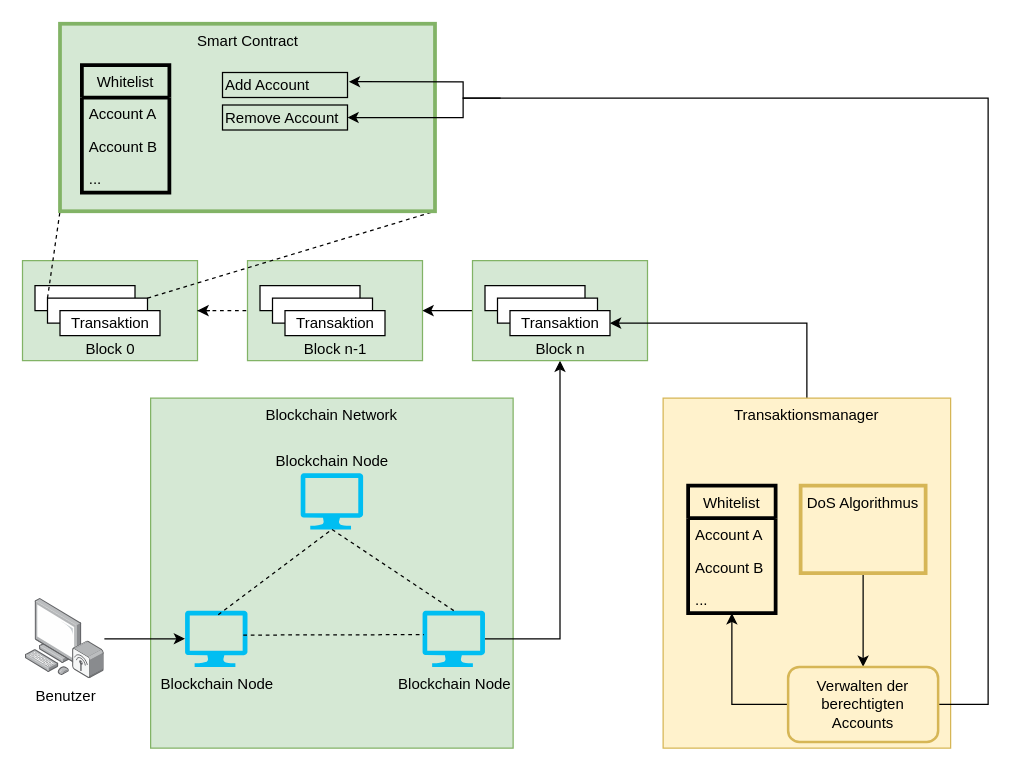
Geryones/BlockChain_TransactionManager keeps this draw.io diagram as Report/images/src/overview.drawio. Above is the earlier version. Source tidied: cells renumbered, new cells numbered last; positions are measured from the earlier drawing's top-left corner, leaving out a move shared by most shapes. Both pictures are drawn from the tidied source at 125%, with x=0, y=0 at pixel (22, 22).
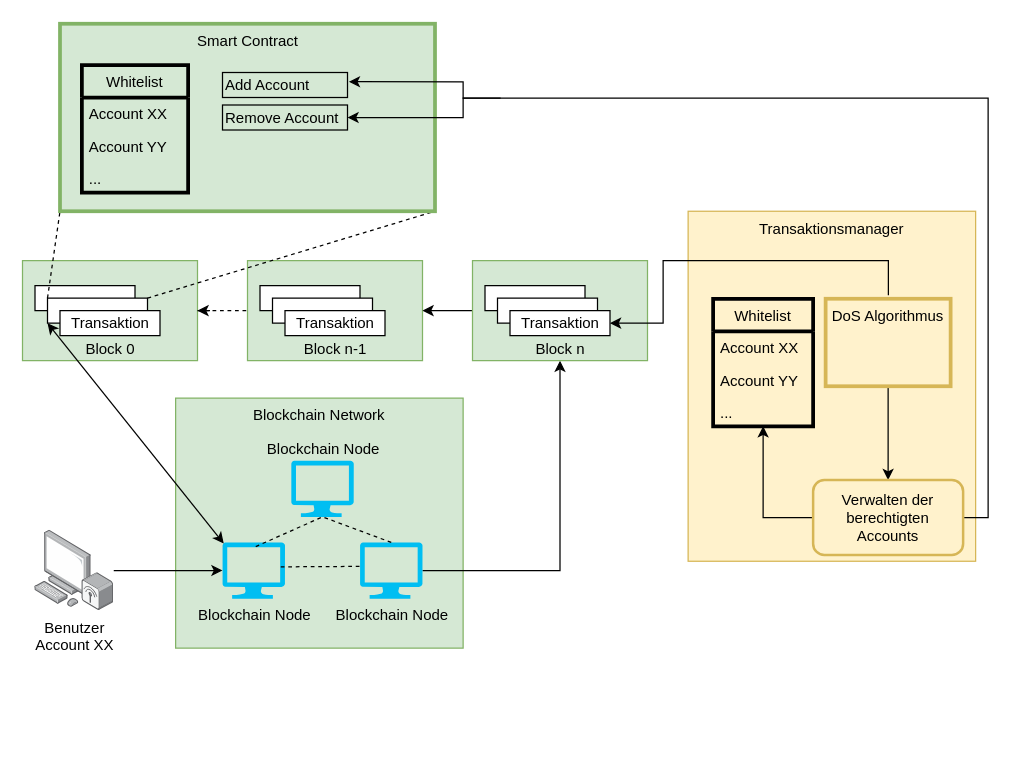
Above is the later version.

Unchanged cells that the change refers to:
```xml
<mxCell id="19" style="rounded=0;whiteSpace=wrap;html=1;" parent="1" vertex="1">
  <mxGeometry x="19.5" y="220" width="80" height="20" as="geometry" />
</mxCell>
<mxCell id="26" value="Transaktion" style="rounded=0;whiteSpace=wrap;html=1;" parent="1" vertex="1">
  <mxGeometry x="389.5" y="230" width="80" height="20" as="geometry" />
</mxCell>
<mxCell id="39" value="Add Account" style="text;html=1;strokeColor=#000000;fillColor=none;align=left;verticalAlign=middle;whiteSpace=wrap;rounded=0;strokeWidth=1;" parent="1" vertex="1">
  <mxGeometry x="159.5" y="39.5" width="100" height="20" as="geometry" />
</mxCell>
```

Change to the diagram source:
```diff
@@
     <mxCell id="2" value="Blockchain Network" style="rounded=0;whiteSpace=wrap;html=1;fillColor=#d5e8d4;strokeColor=#82b366;verticalAlign=top;" parent="1" vertex="1">
-      <mxGeometry x="102" y="300" width="290" height="280" as="geometry" />
+      <mxGeometry x="122" y="300" width="230" height="200" as="geometry" />
     </mxCell>
     <mxCell id="3" value="Blockchain Node" style="verticalLabelPosition=top;html=1;verticalAlign=bottom;align=center;strokeColor=none;fillColor=#00BEF2;shape=mxgraph.azure.computer;labelPosition=center;" parent="1" vertex="1">
-      <mxGeometry x="222" y="360" width="50" height="45" as="geometry" />
+      <mxGeometry x="214.5" y="350" width="50" height="45" as="geometry" />
     </mxCell>
     <mxCell id="4" value="Blockchain Node" style="verticalLabelPosition=bottom;html=1;verticalAlign=top;align=center;strokeColor=none;fillColor=#00BEF2;shape=mxgraph.azure.computer;" parent="1" vertex="1">
-      <mxGeometry x="129.5" y="470" width="50" height="45" as="geometry" />
+      <mxGeometry x="159.5" y="415.4" width="50" height="45" as="geometry" />
     </mxCell>
@@
     <mxCell id="6" value="Blockchain Node" style="verticalLabelPosition=bottom;html=1;verticalAlign=top;align=center;strokeColor=none;fillColor=#00BEF2;shape=mxgraph.azure.computer;" parent="1" vertex="1">
-      <mxGeometry x="319.5" y="470" width="50" height="45" as="geometry" />
+      <mxGeometry x="269.5" y="415.4" width="50" height="45" as="geometry" />
     </mxCell>
@@
-    <mxCell id="11" value="Benutzer" style="points=[];html=1;align=center;shadow=0;dashed=0;image;image=img/lib/allied_telesis/computer_and_terminals/Personal_Computer_Wireless.svg;" parent="1" vertex="1">
-      <mxGeometry x="2" y="460.4" width="63" height="64.2" as="geometry" />
+    <mxCell id="11" value="Benutzer&lt;br&gt;Account XX" style="points=[];html=1;align=center;shadow=0;dashed=0;image;image=img/lib/allied_telesis/computer_and_terminals/Personal_Computer_Wireless.svg;" parent="1" vertex="1">
+      <mxGeometry x="9.5" y="405.8" width="63" height="64.2" as="geometry" />
     </mxCell>
@@
-    <mxCell id="27" style="edgeStyle=orthogonalEdgeStyle;rounded=0;jettySize=auto;html=1;entryX=1;entryY=0.5;entryDx=0;entryDy=0;exitX=0.5;exitY=0;exitDx=0;exitDy=0;" parent="1" edge="1" source="28" target="26">
-      <mxGeometry relative="1" as="geometry" />
-    </mxCell>
     <mxCell id="28" value="Transaktionsmanager" style="rounded=0;whiteSpace=wrap;html=1;fillColor=#fff2cc;strokeColor=#d6b656;verticalAlign=top;" parent="1" vertex="1">
-      <mxGeometry x="512" y="300" width="230" height="280" as="geometry" />
+      <mxGeometry x="532" y="150.5" width="230" height="280" as="geometry" />
     </mxCell>
@@
     <mxCell id="30" value="DoS Algorithmus" style="rounded=0;whiteSpace=wrap;html=1;fillColor=#fff2cc;strokeColor=#d6b656;strokeWidth=3;verticalAlign=top;" parent="1" vertex="1">
-      <mxGeometry x="622" y="370" width="100" height="70" as="geometry" />
+      <mxGeometry x="642" y="220.5" width="100" height="70" as="geometry" />
     </mxCell>
@@
     <mxCell id="34" value="Whitelist" style="swimlane;fontStyle=0;horizontal=1;startSize=26;fillColor=none;strokeWidth=3;" parent="1" vertex="1">
-      <mxGeometry x="47" y="33.5" width="70" height="102" as="geometry" />
+      <mxGeometry x="47" y="33.5" width="85" height="102" as="geometry" />
     </mxCell>
-    <mxCell id="35" value="Account A" style="text;strokeColor=none;fillColor=none;align=left;verticalAlign=top;spacingLeft=4;spacingRight=4;overflow=hidden;" parent="34" vertex="1">
-      <mxGeometry y="26" width="70" height="26" as="geometry" />
+    <mxCell id="35" value="Account XX" style="text;strokeColor=none;fillColor=none;align=left;verticalAlign=top;spacingLeft=4;spacingRight=4;overflow=hidden;" parent="34" vertex="1">
+      <mxGeometry y="26" width="85" height="26" as="geometry" />
     </mxCell>
-    <mxCell id="36" value="Account B" style="text;strokeColor=none;fillColor=none;align=left;verticalAlign=top;spacingLeft=4;spacingRight=4;overflow=hidden;" parent="34" vertex="1">
-      <mxGeometry y="52" width="70" height="26" as="geometry" />
+    <mxCell id="36" value="Account YY" style="text;strokeColor=none;fillColor=none;align=left;verticalAlign=top;spacingLeft=4;spacingRight=4;overflow=hidden;" parent="34" vertex="1">
+      <mxGeometry y="52" width="85" height="26" as="geometry" />
     </mxCell>
     <mxCell id="37" value="..." style="text;strokeColor=none;fillColor=none;align=left;verticalAlign=top;spacingLeft=4;spacingRight=4;overflow=hidden;" parent="34" vertex="1">
-      <mxGeometry y="78" width="70" height="24" as="geometry" />
+      <mxGeometry y="78" width="85" height="24" as="geometry" />
     </mxCell>
@@
     <mxCell id="40" style="edgeStyle=orthogonalEdgeStyle;rounded=0;jettySize=auto;html=1;entryX=1.011;entryY=0.369;entryDx=0;entryDy=0;entryPerimeter=0;exitX=1;exitY=0.5;exitDx=0;exitDy=0;" parent="1" edge="1" source="47" target="39">
       <mxGeometry relative="1" as="geometry">
         <Array as="points">
-          <mxPoint x="772" y="545" />
+          <mxPoint x="772" y="396" />
           <mxPoint x="772" y="60" />
           <mxPoint x="352" y="60" />
           <mxPoint x="352" y="47" />
         </Array>
       </mxGeometry>
     </mxCell>
@@
     <mxCell id="42" value="Whitelist" style="swimlane;fontStyle=0;horizontal=1;startSize=26;fillColor=none;strokeWidth=3;" parent="1" vertex="1">
-      <mxGeometry x="532" y="370" width="70" height="102" as="geometry" />
+      <mxGeometry x="552" y="220.5" width="80" height="102" as="geometry" />
     </mxCell>
-    <mxCell id="43" value="Account A" style="text;strokeColor=none;fillColor=none;align=left;verticalAlign=top;spacingLeft=4;spacingRight=4;overflow=hidden;" parent="42" vertex="1">
-      <mxGeometry y="26" width="70" height="26" as="geometry" />
+    <mxCell id="43" value="Account XX" style="text;strokeColor=none;fillColor=none;align=left;verticalAlign=top;spacingLeft=4;spacingRight=4;overflow=hidden;" parent="42" vertex="1">
+      <mxGeometry y="26" width="80" height="26" as="geometry" />
     </mxCell>
-    <mxCell id="44" value="Account B" style="text;strokeColor=none;fillColor=none;align=left;verticalAlign=top;spacingLeft=4;spacingRight=4;overflow=hidden;" parent="42" vertex="1">
-      <mxGeometry y="52" width="70" height="26" as="geometry" />
+    <mxCell id="44" value="Account YY" style="text;strokeColor=none;fillColor=none;align=left;verticalAlign=top;spacingLeft=4;spacingRight=4;overflow=hidden;" parent="42" vertex="1">
+      <mxGeometry y="52" width="80" height="26" as="geometry" />
     </mxCell>
     <mxCell id="45" value="..." style="text;strokeColor=none;fillColor=none;align=left;verticalAlign=top;spacingLeft=4;spacingRight=4;overflow=hidden;" parent="42" vertex="1">
-      <mxGeometry y="78" width="70" height="24" as="geometry" />
+      <mxGeometry y="78" width="80" height="24" as="geometry" />
     </mxCell>
-    <mxCell id="46" style="edgeStyle=orthogonalEdgeStyle;rounded=0;jettySize=auto;html=1;" parent="1" edge="1" source="47" target="42">
+    <mxCell id="46" style="edgeStyle=orthogonalEdgeStyle;rounded=0;jettySize=auto;html=1;exitX=0;exitY=0.5;exitDx=0;exitDy=0;" parent="1" edge="1" source="47" target="42">
       <mxGeometry relative="1" as="geometry" />
     </mxCell>
     <mxCell id="47" value="Verwalten der berechtigten Accounts" style="rounded=1;whiteSpace=wrap;html=1;strokeColor=#d6b656;strokeWidth=2;align=center;fillColor=#fff2cc;" parent="1" vertex="1">
-      <mxGeometry x="612" y="515" width="120" height="60" as="geometry" />
+      <mxGeometry x="632" y="365.5" width="120" height="60" as="geometry" />
     </mxCell>
+    <mxCell id="48" style="endArrow=classic;startArrow=classic;html=1;exitX=0.02;exitY=0.02;exitDx=0;exitDy=0;exitPerimeter=0;entryX=0;entryY=1;entryDx=0;entryDy=0;rounded=0;" parent="1" edge="1" source="4" target="19">
+      <mxGeometry relative="1" as="geometry" />
+    </mxCell>
+    <mxCell id="49" style="edgeStyle=orthogonalEdgeStyle;rounded=0;jettySize=auto;html=1;entryX=1;entryY=0.5;entryDx=0;entryDy=0;exitX=0.502;exitY=-0.04;exitDx=0;exitDy=0;exitPerimeter=0;" parent="1" edge="1" source="30" target="26">
+      <mxGeometry relative="1" as="geometry">
+        <Array as="points">
+          <mxPoint x="692" y="190" />
+          <mxPoint x="512" y="190" />
+          <mxPoint x="512" y="240" />
+        </Array>
+      </mxGeometry>
+    </mxCell>
```
